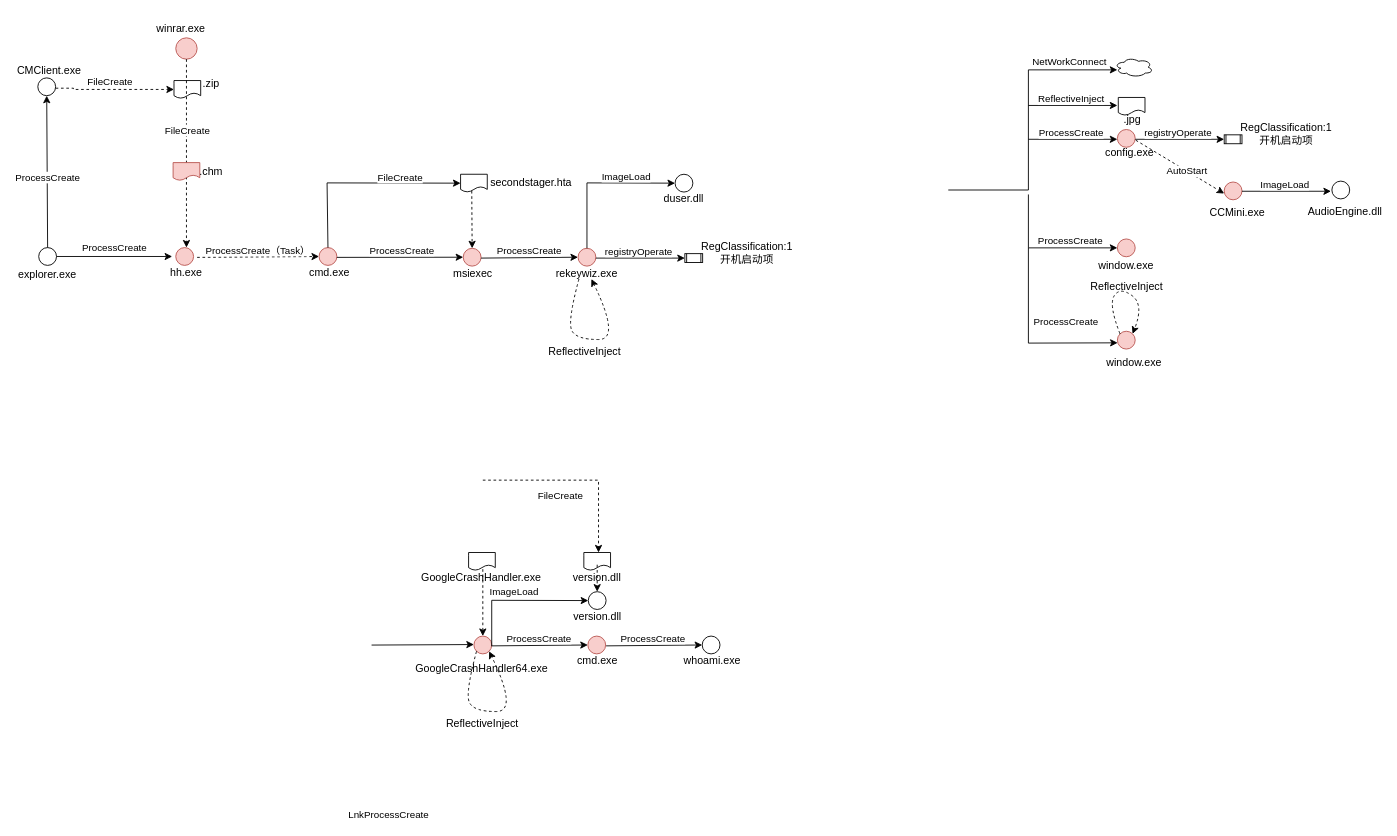
ernongxizhu/picture keeps this draw.io diagram as apt-bitter.drawio. Above is the earlier version. Source tidied: cells renumbered, new cells numbered last; positions are measured from the earlier drawing's top-left corner, leaving out a move shared by most shapes. Both pictures are drawn from the tidied source at 89%, with x=0, y=0 at pixel (20, 15).
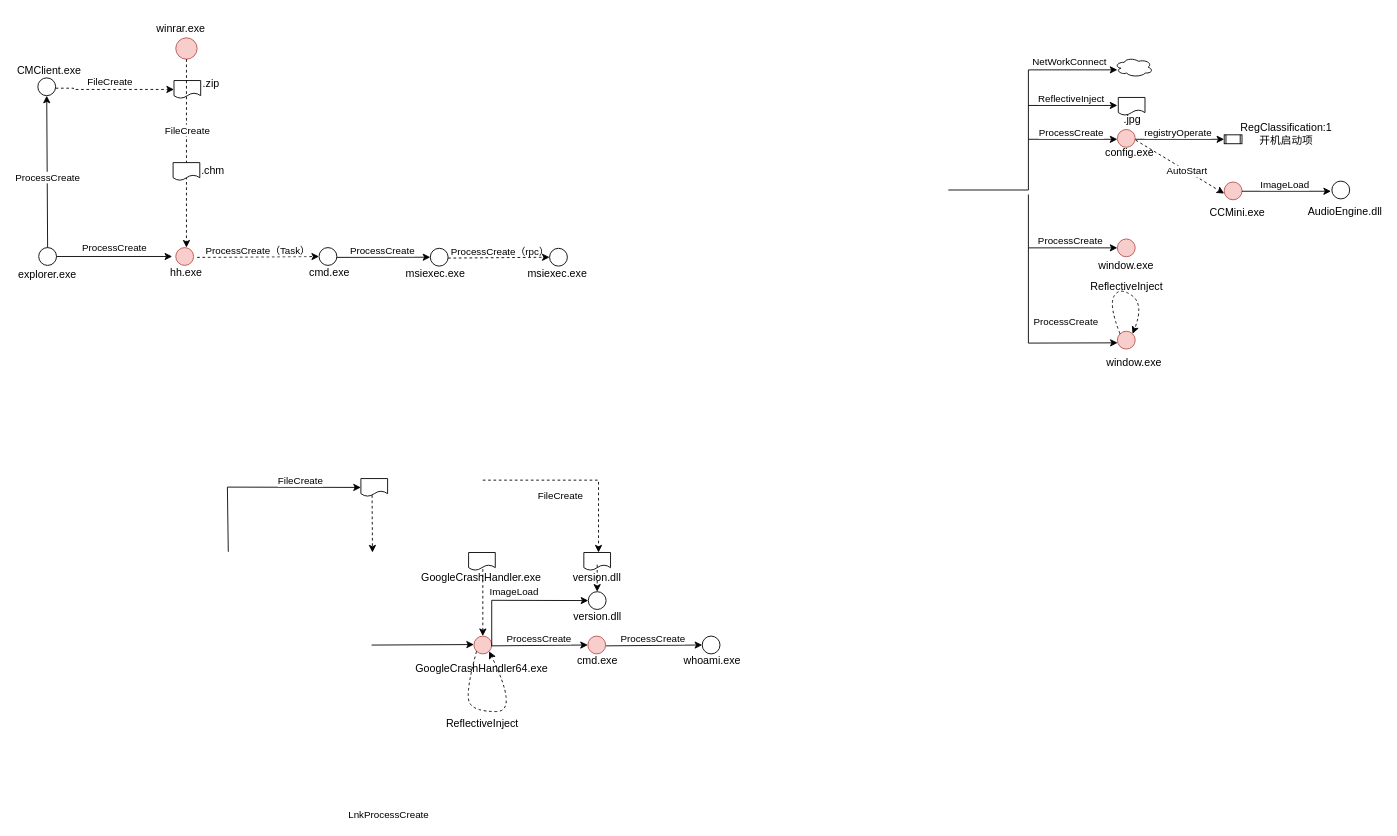
Above is the later version.

Change to the diagram source:
```diff
@@
+    <mxCell id="108" value="ProcessCreate（rpc）" style="edgeLabel;html=1;align=center;verticalAlign=middle;" parent="1" vertex="1">
+      <mxGeometry x="542.5" y="267" as="geometry">
+        <mxPoint x="-5" y="-2" as="offset" />
+      </mxGeometry>
+    </mxCell>
@@
-    <mxCell id="79" style="ellipse;whiteSpace=wrap;html=1;fillColor=#f8cecc;strokeColor=#b85450;" parent="1" vertex="1">
+    <mxCell id="79" style="ellipse;whiteSpace=wrap;html=1;" parent="1" vertex="1">
       <mxGeometry x="335" y="260.7" width="20" height="20" as="geometry" />
     </mxCell>
-    <mxCell id="80" value="cmd.exe" style="text;strokeColor=none;align=center;fillColor=none;html=1;verticalAlign=middle;whiteSpace=wrap;rounded=0;" parent="1" vertex="1">
+    <mxCell id="80" value="cmd.exe" style="text;align=center;html=1;verticalAlign=middle;whiteSpace=wrap;rounded=0;" parent="1" vertex="1">
       <mxGeometry x="317" y="273.7" width="60" height="30" as="geometry" />
     </mxCell>
@@
-    <mxCell id="83" style="ellipse;whiteSpace=wrap;html=1;fillColor=#f8cecc;strokeColor=#b85450;" parent="1" vertex="1">
-      <mxGeometry x="497" y="261.5" width="20" height="20" as="geometry" />
+    <mxCell id="83" style="ellipse;whiteSpace=wrap;html=1;" parent="1" vertex="1">
+      <mxGeometry x="460" y="261.5" width="20" height="20" as="geometry" />
     </mxCell>
-    <mxCell id="84" value="msiexec" style="text;strokeColor=none;align=center;fillColor=none;html=1;verticalAlign=middle;whiteSpace=wrap;rounded=0;" parent="1" vertex="1">
-      <mxGeometry x="478" y="274.5" width="60" height="30" as="geometry" />
+    <mxCell id="84" value="msiexec.exe" style="text;strokeColor=none;align=center;fillColor=none;html=1;verticalAlign=middle;whiteSpace=wrap;rounded=0;" parent="1" vertex="1">
+      <mxGeometry x="436" y="274.5" width="60" height="30" as="geometry" />
     </mxCell>
-    <mxCell id="85" style="endArrow=classic;html=1;rounded=0;entryX=0;entryY=0.5;entryDx=0;entryDy=0;" parent="1" edge="1" target="87">
+    <mxCell id="85" style="endArrow=classic;html=1;rounded=0;entryX=0;entryY=0.5;entryDx=0;entryDy=0;dashed=1;" parent="1" edge="1" target="109">
       <mxGeometry relative="1" as="geometry">
-        <mxPoint x="517" y="272.5" as="sourcePoint" />
+        <mxPoint x="480" y="272.5" as="sourcePoint" />
       </mxGeometry>
     </mxCell>
-    <mxCell id="86" value="ProcessCreate" style="edgeLabel;html=1;align=center;verticalAlign=middle;" parent="85" vertex="1">
-      <mxGeometry x="0.15" y="-2" relative="1" as="geometry">
-        <mxPoint x="-10" y="-10" as="offset" />
-      </mxGeometry>
-    </mxCell>
-    <mxCell id="87" style="ellipse;whiteSpace=wrap;html=1;fillColor=#f8cecc;strokeColor=#b85450;" parent="1" vertex="1">
-      <mxGeometry x="626" y="261.5" width="20" height="20" as="geometry" />
-    </mxCell>
-    <mxCell id="88" value="rekeywiz.exe" style="text;strokeColor=none;align=center;fillColor=none;html=1;verticalAlign=middle;whiteSpace=wrap;rounded=0;" parent="1" vertex="1">
-      <mxGeometry x="606" y="274.5" width="60" height="30" as="geometry" />
-    </mxCell>
-    <mxCell id="89" style="endArrow=classic;html=1;rounded=0;entryX=0;entryY=0.5;entryDx=0;entryDy=0;exitX=0.5;exitY=0;exitDx=0;exitDy=0;entryPerimeter=0;" parent="1" edge="1" source="79" target="93">
+    <mxCell id="89" style="endArrow=classic;html=1;rounded=0;entryX=0;entryY=0.5;entryDx=0;entryDy=0;exitX=0.5;exitY=0;exitDx=0;exitDy=0;entryPerimeter=0;" parent="1" edge="1" target="93">
       <mxGeometry relative="1" as="geometry">
+        <mxPoint x="233" y="602.5" as="sourcePoint" />
         <Array as="points">
-          <mxPoint x="344" y="188" />
+          <mxPoint x="232" y="529.8" />
         </Array>
       </mxGeometry>
     </mxCell>
@@
-    <mxCell id="91" style="curved=1;endArrow=classic;html=1;rounded=0;exitX=0;exitY=1;exitDx=0;exitDy=0;entryX=1;entryY=1;entryDx=0;entryDy=0;dashed=1;" parent="1" edge="1">
-      <mxGeometry relative="1" as="geometry">
-        <mxPoint x="627" y="296" as="sourcePoint" />
-        <mxPoint x="641" y="296" as="targetPoint" />
-        <Array as="points">
-          <mxPoint x="614" y="344" />
-          <mxPoint x="624" y="364" />
-          <mxPoint x="674" y="364" />
-        </Array>
-      </mxGeometry>
-    </mxCell>
-    <mxCell id="92" value="ReflectiveInject" style="text;whiteSpace=wrap;" parent="1" vertex="1">
-      <mxGeometry x="591" y="364" width="90" height="20" as="geometry" />
-    </mxCell>
     <mxCell id="93" style="shape=document;whiteSpace=wrap;html=1;boundedLbl=1;" parent="1" vertex="1">
-      <mxGeometry x="494" y="178.3" width="30" height="20" as="geometry" />
+      <mxGeometry x="382" y="520.2" width="30" height="20" as="geometry" />
     </mxCell>
-    <mxCell id="94" value="secondstager.hta" style="text;strokeColor=none;align=center;fillColor=none;html=1;verticalAlign=middle;whiteSpace=wrap;rounded=0;" parent="1" vertex="1">
-      <mxGeometry x="541" y="175.3" width="65" height="26" as="geometry" />
-    </mxCell>
-    <mxCell id="95" style="endArrow=classic;html=1;rounded=0;entryX=0.5;entryY=0;entryDx=0;entryDy=0;exitX=0.419;exitY=0.934;exitDx=0;exitDy=0;exitPerimeter=0;dashed=1;" parent="1" edge="1" source="93" target="83">
-      <mxGeometry relative="1" as="geometry" />
+    <mxCell id="95" style="endArrow=classic;html=1;rounded=0;entryX=0.5;entryY=0;entryDx=0;entryDy=0;exitX=0.419;exitY=0.934;exitDx=0;exitDy=0;exitPerimeter=0;dashed=1;" parent="1" edge="1" source="93">
+      <mxGeometry relative="1" as="geometry">
+        <mxPoint x="395" y="603.3" as="targetPoint" />
+      </mxGeometry>
     </mxCell>
-    <mxCell id="96" style="endArrow=classic;html=1;rounded=0;entryX=0;entryY=0.5;entryDx=0;entryDy=0;exitX=0.5;exitY=0;exitDx=0;exitDy=0;" parent="1" edge="1" source="87" target="98">
-      <mxGeometry relative="1" as="geometry">
-        <Array as="points">
-          <mxPoint x="636" y="188" />
-        </Array>
-      </mxGeometry>
-    </mxCell>
-    <mxCell id="97" value="ImageLoad" style="edgeLabel;html=1;align=center;verticalAlign=middle;" parent="96" vertex="1">
-      <mxGeometry x="0.15" y="-2" relative="1" as="geometry">
-        <mxPoint x="18" y="-10" as="offset" />
-      </mxGeometry>
-    </mxCell>
-    <mxCell id="98" style="ellipse;whiteSpace=wrap;html=1;" parent="1" vertex="1">
-      <mxGeometry x="735" y="178.3" width="20" height="20" as="geometry" />
-    </mxCell>
-    <mxCell id="99" value="duser.dll" style="text;strokeColor=none;align=center;fillColor=none;html=1;verticalAlign=middle;whiteSpace=wrap;rounded=0;" parent="1" vertex="1">
-      <mxGeometry x="715" y="191.3" width="60" height="30" as="geometry" />
-    </mxCell>
-    <mxCell id="100" style="endArrow=classic;html=1;rounded=0;" parent="1" edge="1">
-      <mxGeometry relative="1" as="geometry">
-        <mxPoint x="646" y="272.5" as="sourcePoint" />
-        <mxPoint x="746" y="272.5" as="targetPoint" />
-      </mxGeometry>
-    </mxCell>
-    <mxCell id="101" value="registryOperate" style="edgeLabel;html=1;align=center;verticalAlign=middle;" parent="100" vertex="1">
-      <mxGeometry x="0.15" y="-2" relative="1" as="geometry">
-        <mxPoint x="-10" y="-10" as="offset" />
-      </mxGeometry>
-    </mxCell>
-    <mxCell id="102" value="RegClassification:1&lt;br&gt;开机启动项" style="text;strokeColor=none;align=center;fillColor=none;html=1;verticalAlign=middle;whiteSpace=wrap;rounded=0;" parent="1" vertex="1">
-      <mxGeometry x="778" y="251.5" width="76" height="30" as="geometry" />
-    </mxCell>
-    <mxCell id="103" style="shape=process;whiteSpace=wrap;html=1;backgroundOutline=1;" parent="1" vertex="1">
-      <mxGeometry x="746" y="267.5" width="20" height="10" as="geometry" />
-    </mxCell>
-    <mxCell id="104" style="shape=document;whiteSpace=wrap;html=1;boundedLbl=1;fillColor=#f8cecc;strokeColor=#b85450;" parent="1" vertex="1">
+    <mxCell id="104" style="shape=document;whiteSpace=wrap;html=1;boundedLbl=1;" parent="1" vertex="1">
       <mxGeometry x="171" y="165.2" width="30" height="20" as="geometry" />
     </mxCell>
     <mxCell id="105" value=".chm" style="text;strokeColor=none;align=center;fillColor=none;html=1;verticalAlign=middle;whiteSpace=wrap;rounded=0;" parent="1" vertex="1">
-      <mxGeometry x="184" y="161.3" width="60" height="30" as="geometry" />
+      <mxGeometry x="186" y="159.3" width="60" height="30" as="geometry" />
     </mxCell>
@@
+    <mxCell id="109" style="ellipse;whiteSpace=wrap;html=1;" parent="1" vertex="1">
+      <mxGeometry x="594" y="261.5" width="20" height="20" as="geometry" />
+    </mxCell>
+    <mxCell id="110" value="msiexec.exe" style="text;strokeColor=none;align=center;fillColor=none;html=1;verticalAlign=middle;whiteSpace=wrap;rounded=0;" parent="1" vertex="1">
+      <mxGeometry x="573" y="274.5" width="60" height="30" as="geometry" />
+    </mxCell>
```
